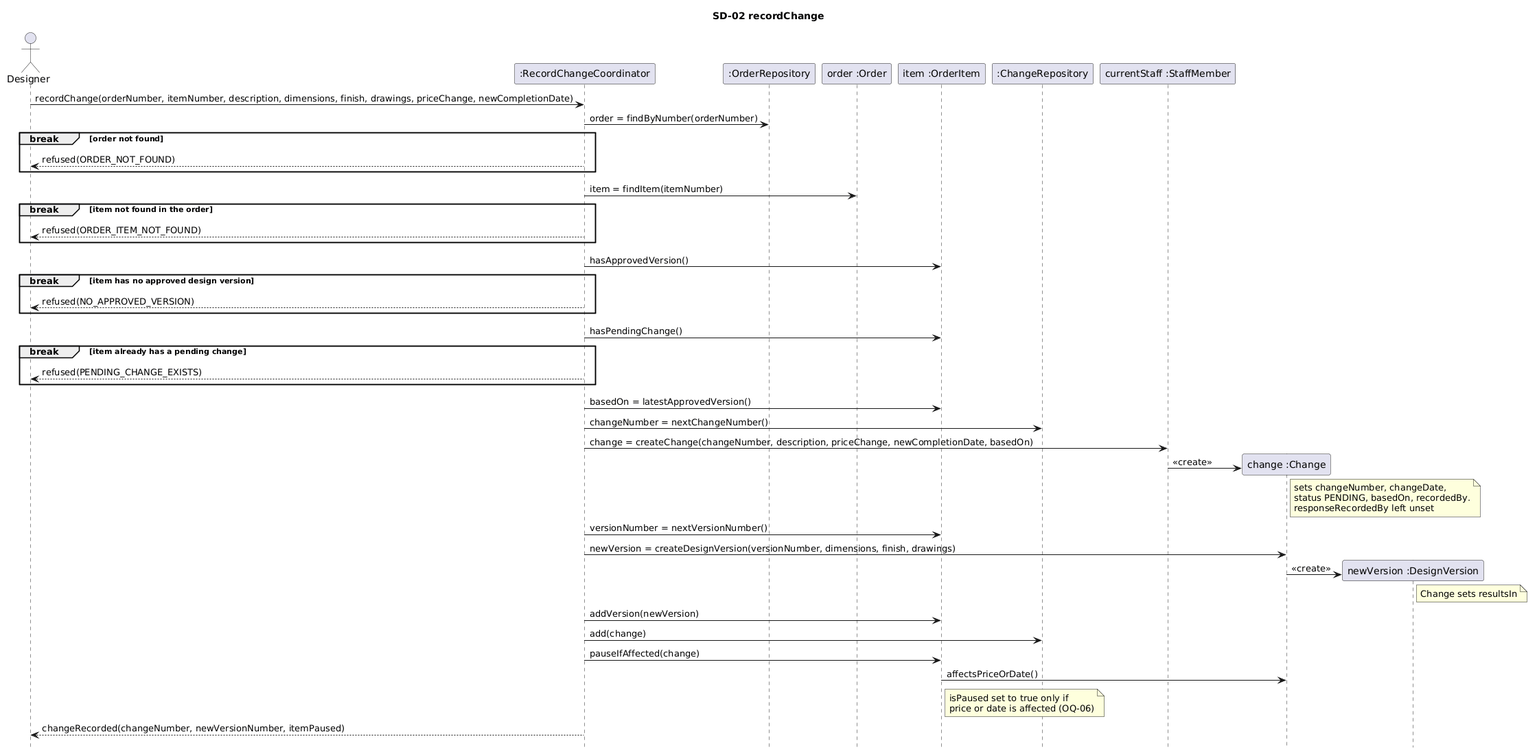
This is sd-02-record-change.png from Ahmad-1031/OOAD_CA2, a PlantUML export, as it was before one commit. Its diagram source:
```plantuml
@startuml
hide footbox
title SD-02 recordChange

actor Designer
participant ":RecordChangeCoordinator" as C
participant ":OrderRepository" as OR
participant "order :Order" as O
participant "item :OrderItem" as I
participant ":ChangeRepository" as CR
participant "currentStaff :StaffMember" as S

Designer -> C : recordChange(orderNumber, itemNumber, description, dimensions, finish, drawings, priceChange, newCompletionDate)
C -> OR : order = findByNumber(orderNumber)
break order not found
  C --> Designer : refused(ORDER_NOT_FOUND)
end
C -> O : item = findItem(itemNumber)
break item not found in the order
  C --> Designer : refused(ORDER_ITEM_NOT_FOUND)
end
C -> I : hasApprovedVersion()
break item has no approved design version
  C --> Designer : refused(NO_APPROVED_VERSION)
end
C -> I : hasPendingChange()
break item already has a pending change
  C --> Designer : refused(PENDING_CHANGE_EXISTS)
end

C -> I : basedOn = latestApprovedVersion()
C -> CR : changeNumber = nextChangeNumber()
C -> S : change = createChange(changeNumber, description, priceChange, newCompletionDate, basedOn)
create participant "change :Change" as CH
S -> CH : <<create>>
note right of CH : sets changeNumber, changeDate,\nstatus PENDING, basedOn, recordedBy.\nresponseRecordedBy left unset

C -> I : versionNumber = nextVersionNumber()
C -> CH : newVersion = createDesignVersion(versionNumber, dimensions, finish, drawings)
create participant "newVersion :DesignVersion" as NV
CH -> NV : <<create>>
note right of NV : Change sets resultsIn

C -> I : addVersion(newVersion)
C -> CR : add(change)
C -> I : pauseIfAffected(change)
I -> CH : affectsPriceOrDate()
note right of I : isPaused set to true only if\nprice or date is affected (OQ-06)

C --> Designer : changeRecorded(changeNumber, newVersionNumber, itemPaused)
@enduml
```
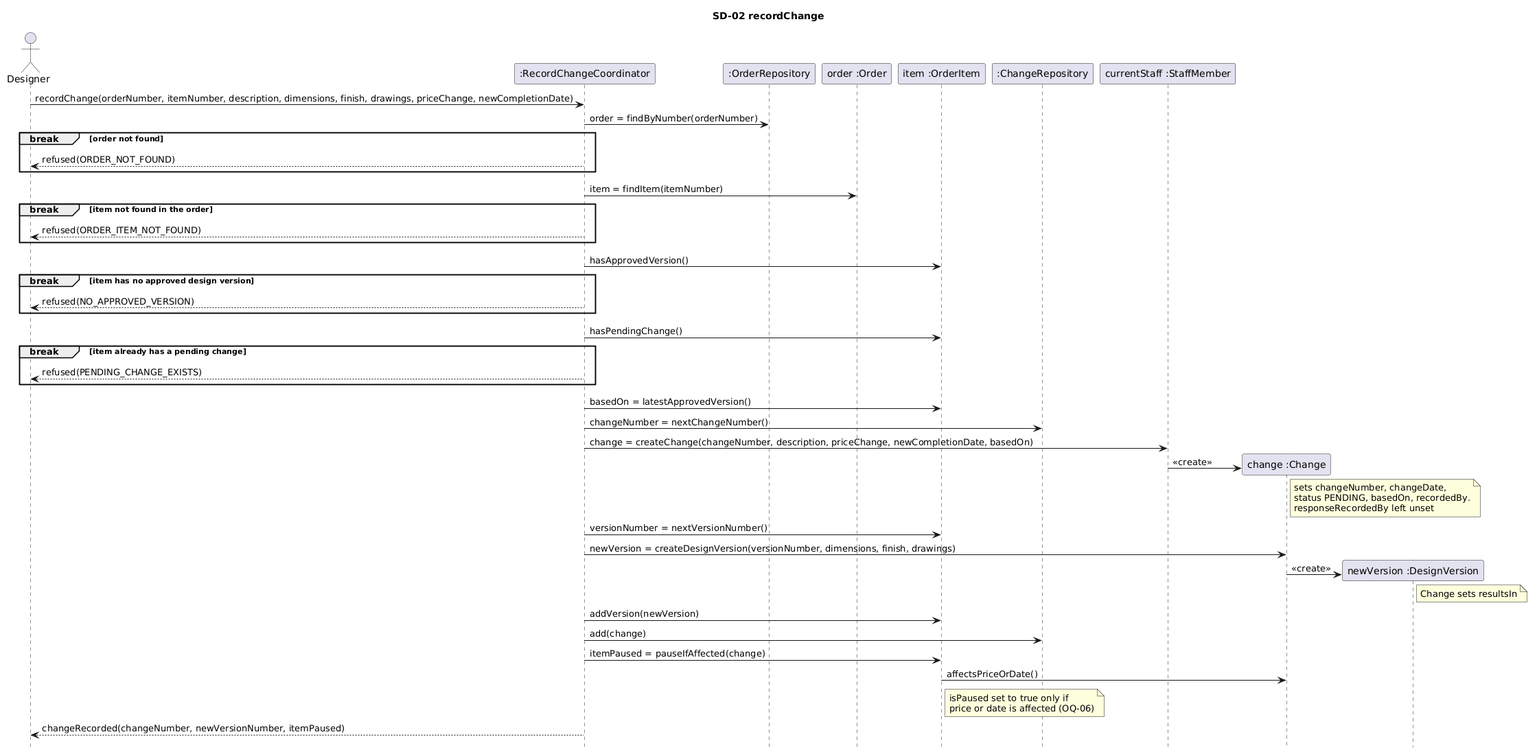
After the change.

What changed in the source:
```diff
@@ -43,7 +43,7 @@
 
 C -> I : addVersion(newVersion)
 C -> CR : add(change)
-C -> I : pauseIfAffected(change)
+C -> I : itemPaused = pauseIfAffected(change)
 I -> CH : affectsPriceOrDate()
 note right of I : isPaused set to true only if\nprice or date is affected (OQ-06)
 
```
